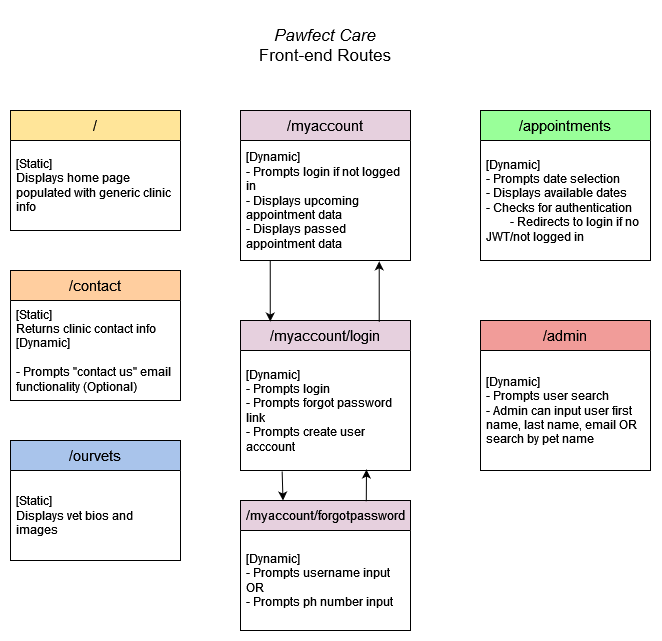
The draw.io diagram T3A2-A/docs/pawfect-care-endpoints-diagram.drawio.png in tthecoder15/T3A2---MERN-App, before a commit. Source tidied: cells renumbered, new cells last; positions are measured from the earlier drawing's top-left corner, leaving out a move shared by most shapes. Source of this version:
```xml
<mxGraphModel>
  <root>
    <mxCell id="0" />
    <mxCell id="1" parent="0" />
    <mxCell id="2" value="&lt;font style=&quot;font-size: 15px;&quot;&gt;/&lt;/font&gt;" style="swimlane;fontStyle=0;horizontal=1;startSize=30;whiteSpace=wrap;html=1;fillColor=#FFE599;fontSize=15;" parent="1" vertex="1">
      <mxGeometry y="100" width="170" height="120" as="geometry" />
    </mxCell>
    <mxCell id="3" value="&lt;div&gt;[Static]&amp;nbsp;&lt;/div&gt;&lt;div&gt;Displays home page populated with generic clinic info&lt;br&gt;&lt;/div&gt;" style="text;strokeColor=none;fillColor=none;align=left;verticalAlign=middle;spacingLeft=4;spacingRight=4;overflow=hidden;whiteSpace=wrap;html=1;" parent="2" vertex="1">
      <mxGeometry y="30" width="170" height="90" as="geometry" />
    </mxCell>
    <mxCell id="4" value="&lt;font style=&quot;font-size: 15px;&quot;&gt;/&lt;/font&gt;ourvets" style="swimlane;fontStyle=0;horizontal=1;startSize=30;whiteSpace=wrap;html=1;fillColor=#A9C4EB;fontSize=15;" parent="1" vertex="1">
      <mxGeometry y="430" width="170" height="120" as="geometry" />
    </mxCell>
    <mxCell id="5" value="&lt;div&gt;[Static]&amp;nbsp;&lt;/div&gt;&lt;div&gt;Displays vet bios and images&lt;br&gt;&lt;/div&gt;" style="text;strokeColor=none;fillColor=none;align=left;verticalAlign=middle;spacingLeft=4;spacingRight=4;overflow=hidden;whiteSpace=wrap;html=1;" parent="4" vertex="1">
      <mxGeometry y="30" width="170" height="90" as="geometry" />
    </mxCell>
    <mxCell id="6" value="&lt;div&gt;&lt;font style=&quot;font-size: 17px;&quot;&gt;&lt;i&gt;Pawfect Care&lt;/i&gt;&lt;/font&gt;&lt;/div&gt;&lt;div&gt;&lt;font style=&quot;font-size: 17px;&quot;&gt;Front-end Routes&lt;br&gt;&lt;/font&gt;&lt;/div&gt;" style="text;html=1;align=center;verticalAlign=middle;whiteSpace=wrap;rounded=0;" parent="1" vertex="1">
      <mxGeometry x="220" width="190" height="70" as="geometry" />
    </mxCell>
    <mxCell id="7" value="&lt;font style=&quot;font-size: 15px;&quot;&gt;/&lt;/font&gt;contact" style="swimlane;fontStyle=0;horizontal=1;startSize=30;whiteSpace=wrap;html=1;fillColor=#FFCE9F;fontSize=15;" parent="1" vertex="1">
      <mxGeometry y="260" width="170" height="130" as="geometry" />
    </mxCell>
    <mxCell id="8" value="&lt;div&gt;[Static]&lt;/div&gt;&lt;div&gt;Returns clinic contact info&lt;br&gt;&lt;/div&gt;&lt;div&gt;[Dynamic]&lt;/div&gt;&lt;div&gt;&lt;br&gt;&lt;/div&gt;&lt;div&gt;- Prompts &quot;contact us&quot; email functionality (Optional)&lt;br&gt;&lt;/div&gt;" style="text;strokeColor=none;fillColor=none;align=left;verticalAlign=middle;spacingLeft=4;spacingRight=4;overflow=hidden;whiteSpace=wrap;html=1;" parent="7" vertex="1">
      <mxGeometry y="30" width="170" height="100" as="geometry" />
    </mxCell>
    <mxCell id="9" value="&lt;font style=&quot;font-size: 15px;&quot;&gt;/myaccount&lt;/font&gt;" style="swimlane;fontStyle=0;horizontal=1;startSize=30;whiteSpace=wrap;html=1;fillColor=#E6D0DE;" parent="1" vertex="1">
      <mxGeometry x="230" y="100" width="170" height="150" as="geometry" />
    </mxCell>
    <mxCell id="10" value="&lt;div&gt;[Dynamic]&amp;nbsp;&lt;/div&gt;&lt;div&gt;- Prompts login if not logged in&lt;br&gt;&lt;/div&gt;&lt;div&gt;- Displays upcoming appointment data&lt;/div&gt;&lt;div&gt;- Displays passed appointment data&lt;br&gt;&lt;/div&gt;" style="text;strokeColor=none;fillColor=none;align=left;verticalAlign=middle;spacingLeft=4;spacingRight=4;overflow=hidden;points=[[0,0.5],[1,0.5]];portConstraint=eastwest;whiteSpace=wrap;html=1;" parent="9" vertex="1">
      <mxGeometry y="30" width="170" height="120" as="geometry" />
    </mxCell>
    <mxCell id="11" value="&lt;font style=&quot;font-size: 15px;&quot;&gt;/appointments&lt;/font&gt;" style="swimlane;fontStyle=0;horizontal=1;startSize=30;whiteSpace=wrap;html=1;fillColor=#99FF99;" parent="1" vertex="1">
      <mxGeometry x="470" y="100" width="170" height="150" as="geometry" />
    </mxCell>
    <mxCell id="12" value="&lt;div&gt;[Dynamic]&amp;nbsp;&lt;/div&gt;&lt;div&gt;- Prompts date selection&lt;br&gt;&lt;/div&gt;&lt;div&gt;- Displays available dates&lt;/div&gt;&lt;div&gt;- Checks for authentication&lt;/div&gt;&lt;div&gt;&lt;span style=&quot;white-space: pre;&quot;&gt;&#9;&lt;/span&gt;- Redirects to login if no JWT/not logged in&lt;br&gt;&lt;/div&gt;" style="text;strokeColor=none;fillColor=none;align=left;verticalAlign=middle;spacingLeft=4;spacingRight=4;overflow=hidden;whiteSpace=wrap;html=1;" parent="11" vertex="1">
      <mxGeometry y="30" width="170" height="120" as="geometry" />
    </mxCell>
    <mxCell id="13" value="&lt;font style=&quot;font-size: 15px;&quot;&gt;/myaccount/login&lt;/font&gt;" style="swimlane;fontStyle=0;horizontal=1;startSize=30;whiteSpace=wrap;html=1;fillColor=#E6D0DE;" parent="1" vertex="1">
      <mxGeometry x="230" y="310" width="170" height="150" as="geometry" />
    </mxCell>
    <mxCell id="14" value="&lt;div&gt;[Dynamic]&amp;nbsp;&lt;/div&gt;&lt;div&gt;- Prompts login&lt;/div&gt;&lt;div&gt;- Prompts forgot password link&lt;br&gt;&lt;/div&gt;&lt;div&gt;- Prompts create user acccount&lt;br&gt;&lt;/div&gt;" style="text;strokeColor=none;fillColor=none;align=left;verticalAlign=middle;spacingLeft=4;spacingRight=4;overflow=hidden;points=[[0,0.5],[1,0.5]];portConstraint=eastwest;whiteSpace=wrap;html=1;" parent="13" vertex="1">
      <mxGeometry y="30" width="170" height="120" as="geometry" />
    </mxCell>
    <mxCell id="15" style="edgeStyle=orthogonalEdgeStyle;rounded=0;jettySize=auto;html=1;entryX=0.175;entryY=0.007;entryDx=0;entryDy=0;exitX=0.175;exitY=1.001;exitDx=0;exitDy=0;exitPerimeter=0;entryPerimeter=0;" parent="1" edge="1" source="10" target="13">
      <mxGeometry relative="1" as="geometry" />
    </mxCell>
    <mxCell id="16" value="&lt;font style=&quot;font-size: 15px;&quot;&gt;/admin&lt;/font&gt;" style="swimlane;fontStyle=0;horizontal=1;startSize=30;whiteSpace=wrap;html=1;fillColor=#F19C99;" parent="1" vertex="1">
      <mxGeometry x="470" y="310" width="170" height="150" as="geometry" />
    </mxCell>
    <mxCell id="17" value="&lt;div&gt;[Dynamic]&amp;nbsp;&lt;/div&gt;&lt;div&gt;- Prompts user search&lt;/div&gt;&lt;div&gt;- Admin can input user first name, last name, email OR search by pet name&lt;br&gt;&lt;/div&gt;" style="text;strokeColor=none;fillColor=none;align=left;verticalAlign=middle;spacingLeft=4;spacingRight=4;overflow=hidden;whiteSpace=wrap;html=1;" parent="16" vertex="1">
      <mxGeometry y="30" width="170" height="120" as="geometry" />
    </mxCell>
    <mxCell id="18" value="&lt;font style=&quot;font-size: 13px;&quot;&gt;/myaccount/forgotpassword&lt;/font&gt;" style="swimlane;fontStyle=0;horizontal=1;startSize=30;whiteSpace=wrap;html=1;fillColor=#E6D0DE;" parent="1" vertex="1">
      <mxGeometry x="230" y="490" width="170" height="130" as="geometry" />
    </mxCell>
    <mxCell id="19" value="&lt;div&gt;&lt;br&gt;&lt;/div&gt;&lt;div&gt;[Dynamic]&amp;nbsp;&lt;/div&gt;&lt;div&gt;- Prompts username input&lt;/div&gt;&lt;div&gt;OR&lt;/div&gt;&lt;div&gt;- Prompts ph number input&lt;br&gt;&lt;/div&gt;&lt;div&gt;&lt;br&gt;&lt;/div&gt;" style="text;strokeColor=none;fillColor=none;align=left;verticalAlign=middle;spacingLeft=4;spacingRight=4;overflow=hidden;whiteSpace=wrap;html=1;" parent="18" vertex="1">
      <mxGeometry y="30" width="170" height="100" as="geometry" />
    </mxCell>
    <mxCell id="20" style="edgeStyle=orthogonalEdgeStyle;rounded=0;jettySize=auto;html=1;entryX=0.25;entryY=0;entryDx=0;entryDy=0;exitX=0.245;exitY=1.008;exitDx=0;exitDy=0;exitPerimeter=0;" parent="1" edge="1" source="14" target="18">
      <mxGeometry relative="1" as="geometry" />
    </mxCell>
    <mxCell id="21" style="edgeStyle=orthogonalEdgeStyle;rounded=0;jettySize=auto;html=1;entryX=0.741;entryY=0.992;entryDx=0;entryDy=0;entryPerimeter=0;exitX=0.74;exitY=0.006;exitDx=0;exitDy=0;exitPerimeter=0;" parent="1" edge="1" source="18" target="14">
      <mxGeometry relative="1" as="geometry" />
    </mxCell>
    <mxCell id="22" style="edgeStyle=orthogonalEdgeStyle;rounded=0;jettySize=auto;html=1;entryX=0.816;entryY=1.007;entryDx=0;entryDy=0;entryPerimeter=0;exitX=0.816;exitY=0.009;exitDx=0;exitDy=0;exitPerimeter=0;" parent="1" edge="1" source="13" target="10">
      <mxGeometry relative="1" as="geometry" />
    </mxCell>
  </root>
</mxGraphModel>
```
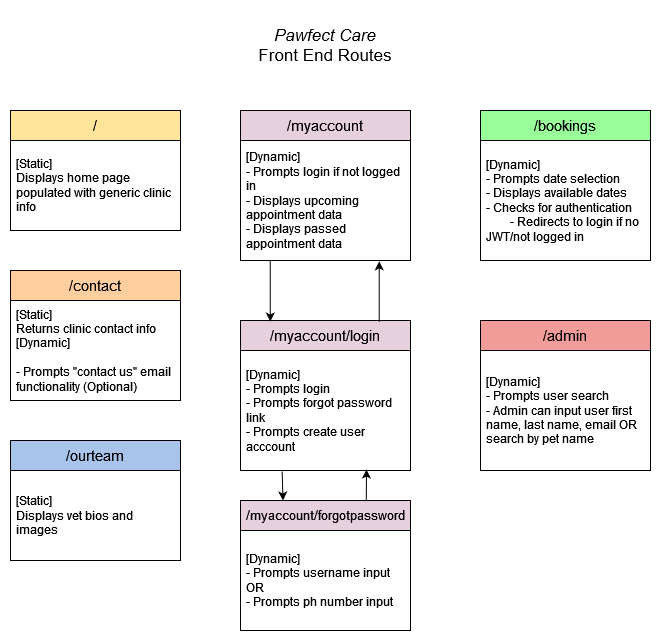
The same file after the commit.

Commit message:
Added front end routes diagram before wireframes"

Diff of the diagram source:
```diff
@@ -8,13 +8,13 @@
     <mxCell id="3" value="&lt;div&gt;[Static]&amp;nbsp;&lt;/div&gt;&lt;div&gt;Displays home page populated with generic clinic info&lt;br&gt;&lt;/div&gt;" style="text;strokeColor=none;fillColor=none;align=left;verticalAlign=middle;spacingLeft=4;spacingRight=4;overflow=hidden;whiteSpace=wrap;html=1;" parent="2" vertex="1">
       <mxGeometry y="30" width="170" height="90" as="geometry" />
     </mxCell>
-    <mxCell id="4" value="&lt;font style=&quot;font-size: 15px;&quot;&gt;/&lt;/font&gt;ourvets" style="swimlane;fontStyle=0;horizontal=1;startSize=30;whiteSpace=wrap;html=1;fillColor=#A9C4EB;fontSize=15;" parent="1" vertex="1">
+    <mxCell id="4" value="&lt;font style=&quot;font-size: 15px;&quot;&gt;/&lt;/font&gt;ourteam" style="swimlane;fontStyle=0;horizontal=1;startSize=30;whiteSpace=wrap;html=1;fillColor=#A9C4EB;fontSize=15;" parent="1" vertex="1">
       <mxGeometry y="430" width="170" height="120" as="geometry" />
     </mxCell>
     <mxCell id="5" value="&lt;div&gt;[Static]&amp;nbsp;&lt;/div&gt;&lt;div&gt;Displays vet bios and images&lt;br&gt;&lt;/div&gt;" style="text;strokeColor=none;fillColor=none;align=left;verticalAlign=middle;spacingLeft=4;spacingRight=4;overflow=hidden;whiteSpace=wrap;html=1;" parent="4" vertex="1">
       <mxGeometry y="30" width="170" height="90" as="geometry" />
     </mxCell>
-    <mxCell id="6" value="&lt;div&gt;&lt;font style=&quot;font-size: 17px;&quot;&gt;&lt;i&gt;Pawfect Care&lt;/i&gt;&lt;/font&gt;&lt;/div&gt;&lt;div&gt;&lt;font style=&quot;font-size: 17px;&quot;&gt;Front-end Routes&lt;br&gt;&lt;/font&gt;&lt;/div&gt;" style="text;html=1;align=center;verticalAlign=middle;whiteSpace=wrap;rounded=0;" parent="1" vertex="1">
+    <mxCell id="6" value="&lt;div&gt;&lt;font style=&quot;font-size: 17px;&quot;&gt;&lt;i&gt;Pawfect Care&lt;/i&gt;&lt;/font&gt;&lt;/div&gt;&lt;div&gt;&lt;font style=&quot;font-size: 17px;&quot;&gt;Front End Routes&lt;br&gt;&lt;/font&gt;&lt;/div&gt;" style="text;html=1;align=center;verticalAlign=middle;whiteSpace=wrap;rounded=0;" parent="1" vertex="1">
       <mxGeometry x="220" width="190" height="70" as="geometry" />
     </mxCell>
     <mxCell id="7" value="&lt;font style=&quot;font-size: 15px;&quot;&gt;/&lt;/font&gt;contact" style="swimlane;fontStyle=0;horizontal=1;startSize=30;whiteSpace=wrap;html=1;fillColor=#FFCE9F;fontSize=15;" parent="1" vertex="1">
@@ -29,7 +29,7 @@
     <mxCell id="10" value="&lt;div&gt;[Dynamic]&amp;nbsp;&lt;/div&gt;&lt;div&gt;- Prompts login if not logged in&lt;br&gt;&lt;/div&gt;&lt;div&gt;- Displays upcoming appointment data&lt;/div&gt;&lt;div&gt;- Displays passed appointment data&lt;br&gt;&lt;/div&gt;" style="text;strokeColor=none;fillColor=none;align=left;verticalAlign=middle;spacingLeft=4;spacingRight=4;overflow=hidden;points=[[0,0.5],[1,0.5]];portConstraint=eastwest;whiteSpace=wrap;html=1;" parent="9" vertex="1">
       <mxGeometry y="30" width="170" height="120" as="geometry" />
     </mxCell>
-    <mxCell id="11" value="&lt;font style=&quot;font-size: 15px;&quot;&gt;/appointments&lt;/font&gt;" style="swimlane;fontStyle=0;horizontal=1;startSize=30;whiteSpace=wrap;html=1;fillColor=#99FF99;" parent="1" vertex="1">
+    <mxCell id="11" value="&lt;font style=&quot;font-size: 15px;&quot;&gt;/bookings&lt;/font&gt;" style="swimlane;fontStyle=0;horizontal=1;startSize=30;whiteSpace=wrap;html=1;fillColor=#99FF99;" parent="1" vertex="1">
       <mxGeometry x="470" y="100" width="170" height="150" as="geometry" />
     </mxCell>
     <mxCell id="12" value="&lt;div&gt;[Dynamic]&amp;nbsp;&lt;/div&gt;&lt;div&gt;- Prompts date selection&lt;br&gt;&lt;/div&gt;&lt;div&gt;- Displays available dates&lt;/div&gt;&lt;div&gt;- Checks for authentication&lt;/div&gt;&lt;div&gt;&lt;span style=&quot;white-space: pre;&quot;&gt;&#9;&lt;/span&gt;- Redirects to login if no JWT/not logged in&lt;br&gt;&lt;/div&gt;" style="text;strokeColor=none;fillColor=none;align=left;verticalAlign=middle;spacingLeft=4;spacingRight=4;overflow=hidden;whiteSpace=wrap;html=1;" parent="11" vertex="1">
```
